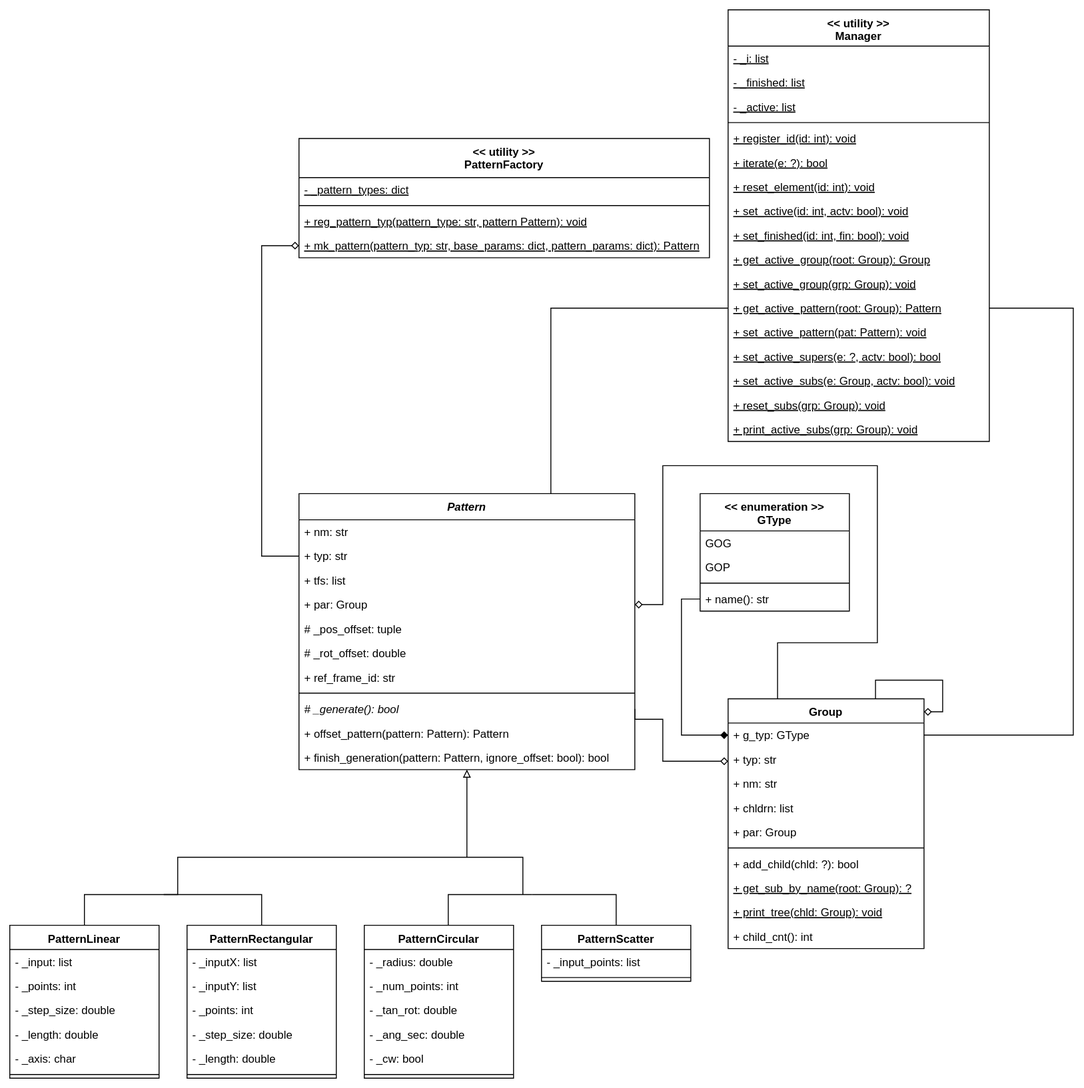
Earlier version of the draw.io export rsc/pm.svg (teknologisk-institut/pattern_manager). Source tidied: cells renumbered, new cells last; positions are measured from the earlier drawing's top-left corner, leaving out a move shared by most shapes.
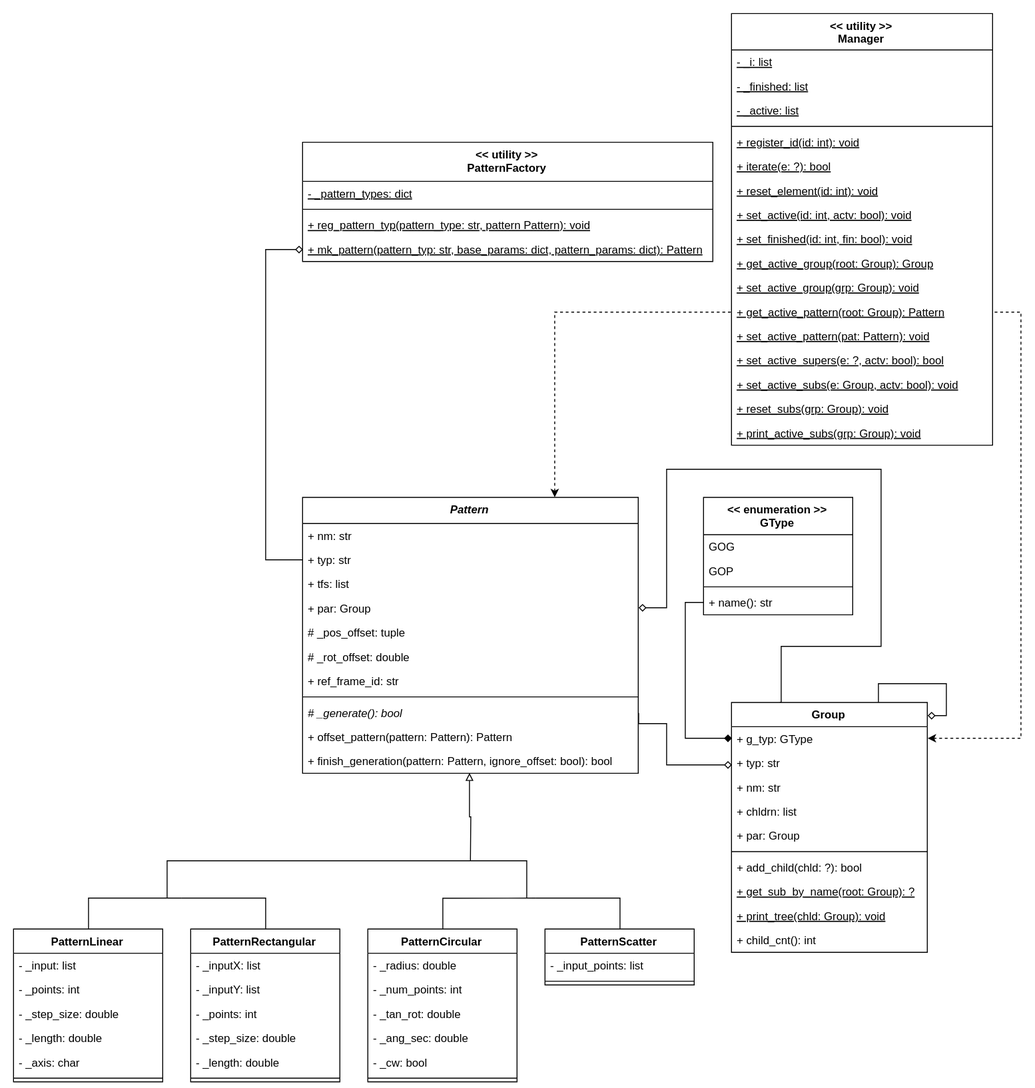
After the commit.

Change to the diagram source:
```diff
@@ -10,7 +10,7 @@
         </Array>
       </mxGeometry>
     </mxCell>
-    <mxCell id="3" style="edgeStyle=orthogonalEdgeStyle;rounded=0;jettySize=auto;html=1;exitX=0.75;exitY=0;exitDx=0;exitDy=0;entryX=0;entryY=0.5;entryDx=0;entryDy=0;startArrow=none;startFill=0;endArrow=none;endFill=0;strokeColor=#000000;" parent="1" edge="1" source="4" target="56">
+    <mxCell id="3" style="edgeStyle=orthogonalEdgeStyle;rounded=0;jettySize=auto;html=1;exitX=0.75;exitY=0;exitDx=0;exitDy=0;entryX=0;entryY=0.5;entryDx=0;entryDy=0;startArrow=classic;startFill=1;endArrow=none;endFill=0;strokeColor=#000000;dashed=1;" parent="1" edge="1" source="4" target="56">
       <mxGeometry relative="1" as="geometry" />
     </mxCell>
     <mxCell id="4" value="Pattern" style="swimlane;fontStyle=3;align=center;verticalAlign=top;horizontal=1;startSize=28;" parent="1" vertex="1">
@@ -321,11 +321,11 @@
     <mxCell id="88" value="+ mk_pattern(pattern_typ: str, base_params: dict, pattern_params: dict): Pattern" style="text;strokeColor=none;fillColor=none;align=left;verticalAlign=top;spacingLeft=4;spacingRight=4;overflow=hidden;points=[[0,0.5],[1,0.5]];portConstraint=eastwest;fontStyle=4;" parent="84" vertex="1">
       <mxGeometry y="102" width="440" height="26" as="geometry" />
     </mxCell>
-    <mxCell id="89" style="edgeStyle=orthogonalEdgeStyle;rounded=0;jettySize=auto;html=1;exitX=1;exitY=0.5;exitDx=0;exitDy=0;entryX=1;entryY=0.5;entryDx=0;entryDy=0;startArrow=none;startFill=0;endArrow=none;endFill=0;strokeColor=#000000;" parent="1" edge="1" source="65" target="56">
+    <mxCell id="89" style="edgeStyle=orthogonalEdgeStyle;rounded=0;jettySize=auto;html=1;exitX=1;exitY=0.5;exitDx=0;exitDy=0;entryX=1;entryY=0.5;entryDx=0;entryDy=0;startArrow=classic;startFill=1;endArrow=none;endFill=0;strokeColor=#000000;dashed=1;" parent="1" edge="1" source="65" target="56">
       <mxGeometry relative="1" as="geometry">
         <Array as="points">
-          <mxPoint x="1140" y="778" />
-          <mxPoint x="1140" y="320" />
+          <mxPoint x="1080" y="777" />
+          <mxPoint x="1080" y="320" />
         </Array>
       </mxGeometry>
     </mxCell>
```
